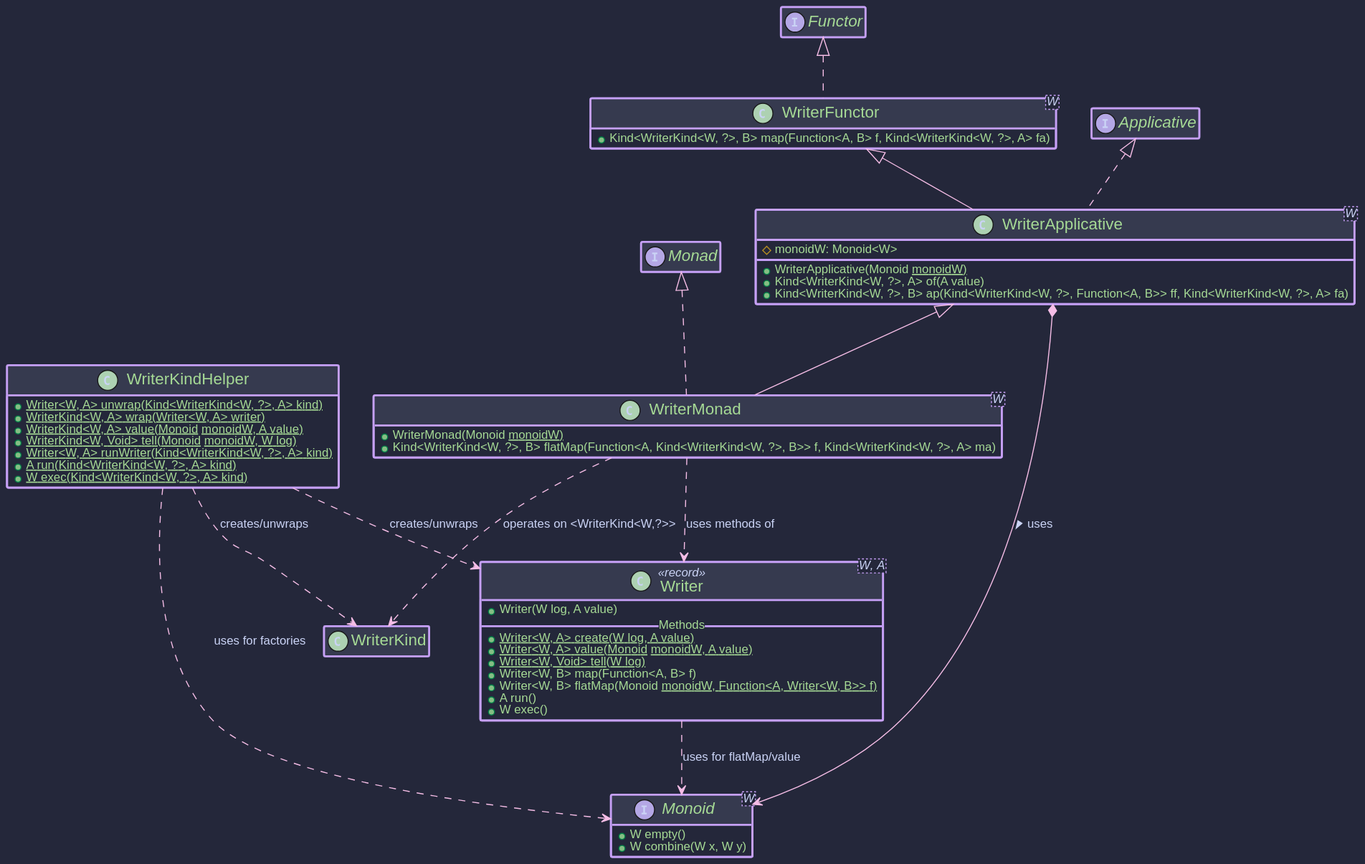
Before: hkj-book/src/images/puml/writer.svg, a diagram exported from PlantUML (higher-kinded-j/higher-kinded-j).
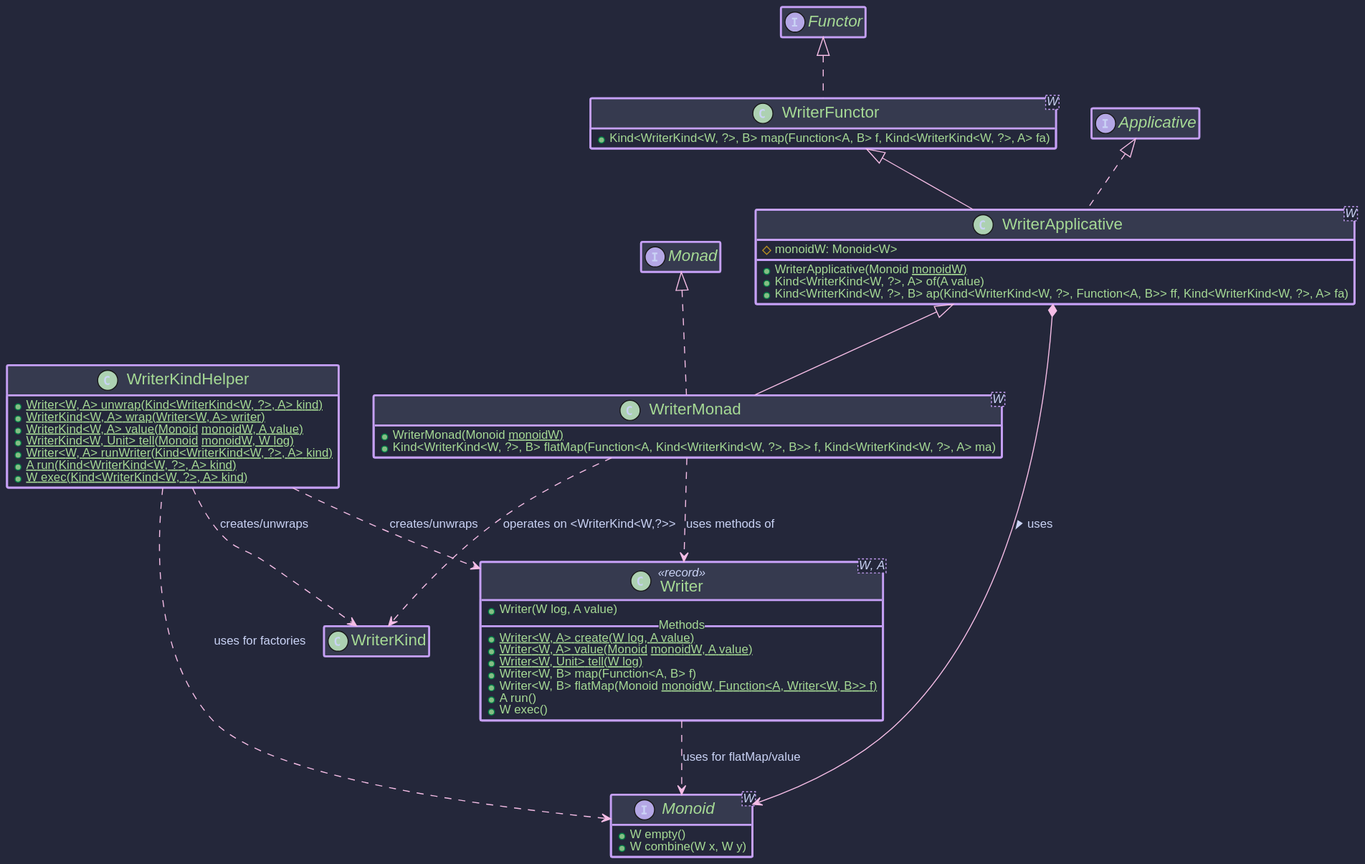
The same diagram one commit later.

What changed in the source:
```diff
@@ -16,7 +16,7 @@
         __ Methods __
        + {static} Writer<W, A> create(W log, A value)
        + {static} Writer<W, A> value(Monoid<W> monoidW, A value)
-       + {static} Writer<W, Void> tell(W log)
+       + {static} Writer<W, Unit> tell(W log)
        + Writer<W, B> map(Function<A, B> f)
        + Writer<W, B> flatMap(Monoid<W> monoidW, Function<A, Writer<W, B>> f)
        + A run()
@@ -28,7 +28,7 @@
       + {static} Writer<W, A> unwrap(Kind<WriterKind<W, ?>, A> kind)
       + {static} WriterKind<W, A> wrap(Writer<W, A> writer)
       + {static} WriterKind<W, A> value(Monoid<W> monoidW, A value)
-      + {static} WriterKind<W, Void> tell(Monoid<W> monoidW, W log)
+      + {static} WriterKind<W, Unit> tell(Monoid<W> monoidW, W log)
       + {static} Writer<W, A> runWriter(Kind<WriterKind<W, ?>, A> kind)
       + {static} A run(Kind<WriterKind<W, ?>, A> kind)
       + {static} W exec(Kind<WriterKind<W, ?>, A> kind)
```
